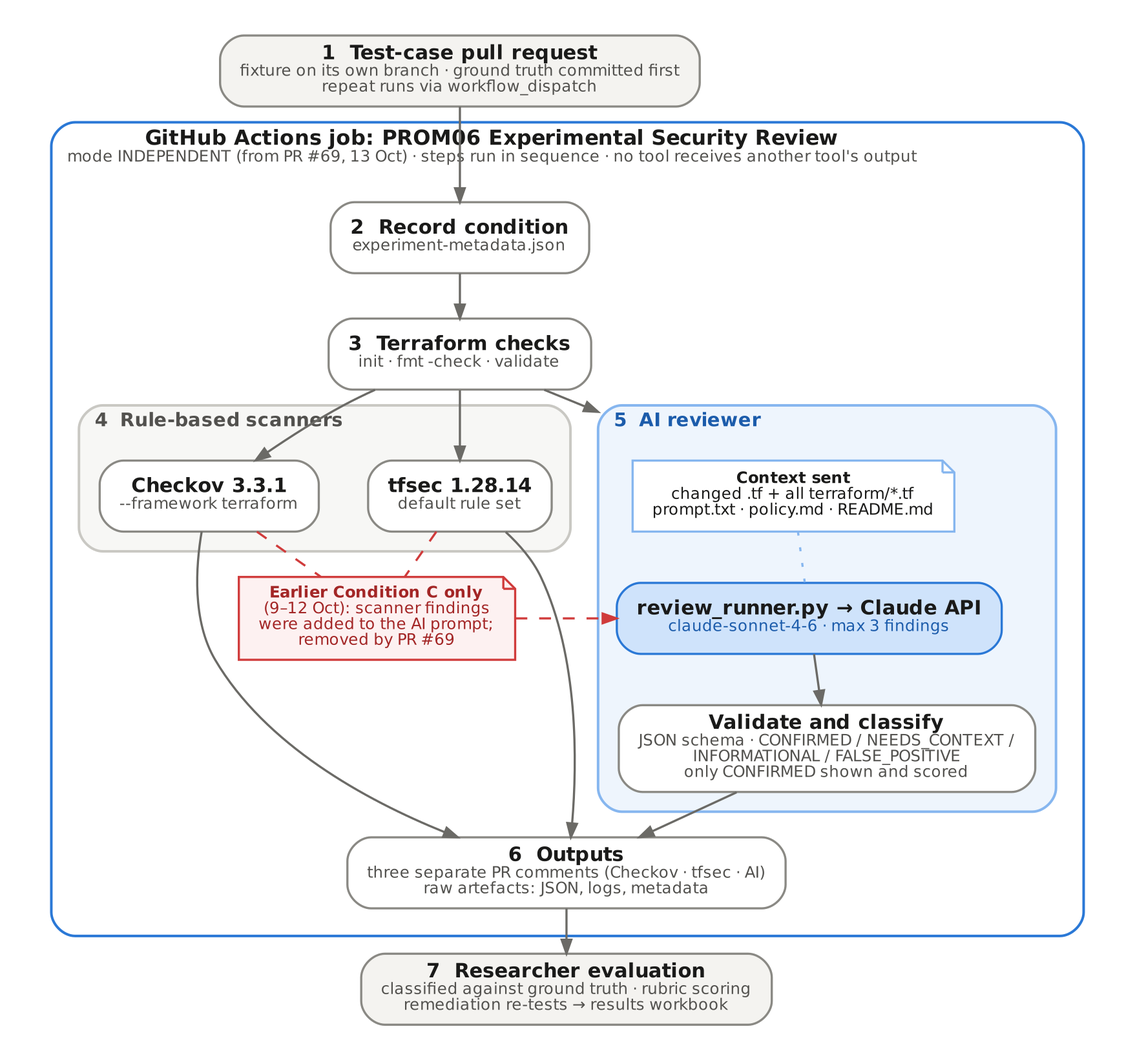
Earlier version of the Graphviz export evidence/prom06/figures/fig_architecture.png (abdulwaheed384/ai-pr-review). Its source is kept beside it as evidence/prom06/figures/fig_architecture.dot.
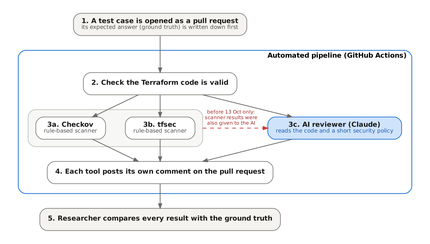
After the commit.

Commit message:
Simplify Figure 3.1 into plain-language five-step flow; rebuild

The edit, as a diff of the source:
```diff
@@ -1,53 +1,34 @@
 digraph G {
-  graph [rankdir=TB, fontname="DejaVu Sans", bgcolor="#ffffff", nodesep=0.35, ranksep=0.32, pad=0.25, compound=true, newrank=true, ordering=out, splines=spline];
-  node  [shape=box, style="rounded,filled", fillcolor="#ffffff", color="#8a8984", penwidth=1.1, fontname="DejaVu Sans", fontsize=10, fontcolor="#1a1a19", margin="0.14,0.07"];
-  edge  [color="#6b6a66", penwidth=1.1, arrowsize=0.7, fontname="DejaVu Sans", fontsize=8.5];
+  graph [rankdir=TB, fontname="DejaVu Sans", bgcolor="#ffffff", nodesep=0.45, ranksep=0.42, pad=0.3, compound=true, newrank=true];
+  node  [shape=box, style="rounded,filled", fillcolor="#ffffff", color="#8a8984", penwidth=1.2, fontname="DejaVu Sans", fontsize=11, fontcolor="#1a1a19", margin="0.18,0.09"];
+  edge  [color="#6b6a66", penwidth=1.2, arrowsize=0.75, fontname="DejaVu Sans", fontsize=9];
 
-  trig [label=<<b>1  Test-case pull request</b><br/><font point-size="8.5" color="#52514e">fixture on its own branch · ground truth committed first<br/>repeat runs via workflow_dispatch</font>>, fillcolor="#f4f3f0"];
+  pr [label=<<b>1. A test case is opened as a pull request</b><br/><font point-size="9" color="#52514e">its expected answer (ground truth) is written down first</font>>, fillcolor="#f4f3f0"];
 
   subgraph cluster_job {
-    label=<<b>GitHub Actions job: PROM06 Experimental Security Review</b><br/><font point-size="8.5" color="#52514e">mode INDEPENDENT (from PR #69, 13 Oct) · steps run in sequence · no tool receives another tool's output</font>>;
-    labeljust="l"; fontsize=10.5; fontcolor="#1a1a19"; color="#2a78d6"; penwidth=1.3; style="rounded"; margin=14;
+    label=<<b>Automated pipeline (GitHub Actions)</b>>; labeljust="r"; fontsize=11; color="#2a78d6"; penwidth=1.3; style="rounded"; margin=16;
 
-    cond [label=<<b>2  Record condition</b><br/><font point-size="8.5" color="#52514e">experiment-metadata.json</font>>];
-    tf   [label=<<b>3  Terraform checks</b><br/><font point-size="8.5" color="#52514e">init · fmt -check · validate</font>>];
+    tf [label=<<b>2. Check the Terraform code is valid</b>>];
 
     subgraph cluster_scan {
-      label=<<b>4  Rule-based scanners</b>>; labeljust="l"; fontsize=9.5; fontcolor="#52514e";
-      style="rounded,filled"; fillcolor="#f7f7f5"; color="#c9c8c3"; margin=10;
-      ck [label=<<b>tfsec 1.28.14</b><br/><font point-size="8.5" color="#52514e">default rule set</font>>];
-      ts [label=<<b>Checkov 3.3.1</b><br/><font point-size="8.5" color="#52514e">--framework terraform</font>>];
+      label="";
+      style="rounded,filled"; fillcolor="#f7f7f5"; color="#c9c8c3"; margin=12;
+      ck [label=<<b>3a. Checkov</b><br/><font point-size="9" color="#52514e">rule-based scanner</font>>];
+      ts [label=<<b>3b. tfsec</b><br/><font point-size="9" color="#52514e">rule-based scanner</font>>];
     }
 
-    subgraph cluster_ai {
-      label=<<b>5  AI reviewer</b>>; labeljust="l"; fontsize=9.5; fontcolor="#1c5cab";
-      style="rounded,filled"; fillcolor="#eef5fd"; color="#86b6ef"; margin=10;
-      ctx [shape=note, style="filled", fillcolor="#ffffff", color="#86b6ef", label=<<font point-size="8.5"><b>Context sent</b><br/>changed .tf + all terraform/*.tf<br/>prompt.txt · policy.md · README.md</font>>];
-      ai  [label=<<b>review_runner.py → Claude API</b><br/><font point-size="8.5" color="#1c5cab">claude-sonnet-4-6 · max 3 findings</font>>, fillcolor="#cfe3fb", color="#2a78d6"];
-      val [label=<<b>Validate and classify</b><br/><font point-size="8.5" color="#52514e">JSON schema · CONFIRMED / NEEDS_CONTEXT /<br/>INFORMATIONAL / FALSE_POSITIVE<br/>only CONFIRMED shown and scored</font>>];
-      ctx -> ai [style=dotted, arrowhead=none, color="#86b6ef"];
-      ai -> val;
-    }
+    ai [label=<<b>3c. AI reviewer (Claude)</b><br/><font point-size="9" color="#1c5cab">reads the code and a short security policy</font>>, fillcolor="#cfe3fb", color="#2a78d6"];
 
+    out [label=<<b>4. Each tool posts its own comment on the pull request</b>>];
 
-    cc [shape=note, style="filled", fillcolor="#fdf1f1", color="#d03b3b", fontcolor="#a32626",
-        label=<<font point-size="8.5"><b>Earlier Condition C only</b><br/>(9–12 Oct): scanner findings<br/>were added to the AI prompt;<br/>removed by PR #69</font>>];
-    ck -> cc [style=dashed, color="#d03b3b", arrowhead=none];
-    ts -> cc [style=dashed, color="#d03b3b", arrowhead=none];
-    cc -> ai [style=dashed, color="#d03b3b"];
-
-    out [label=<<b>6  Outputs</b><br/><font point-size="8.5" color="#52514e">three separate PR comments (Checkov · tfsec · AI)<br/>raw artefacts: JSON, logs, metadata</font>>];
-
-    cond -> tf;
-    tf -> ts; tf -> ck; tf -> ctx [lhead=cluster_ai];
-    ck -> ts [style=invis, constraint=false];
-    ck -> out; ts -> out; val -> out;
+    tf -> ck; tf -> ts; tf -> ai;
+    ck -> out; ts -> out; ai -> out;
+    ts -> ai [ltail=cluster_scan, style=dashed, color="#d03b3b", fontcolor="#a32626", constraint=false,
+              label=<<font point-size="8.5">before 13 Oct only:<br/>scanner results were<br/>also given to the AI</font>>];
   }
 
-  gt [label=<<b>7  Researcher evaluation</b><br/><font point-size="8.5" color="#52514e">classified against ground truth · rubric scoring<br/>remediation re-tests → results workbook</font>>, fillcolor="#f4f3f0"];
+  gt [label=<<b>5. Researcher compares every result with the ground truth</b>>, fillcolor="#f4f3f0"];
 
-  trig -> cond; out -> gt;
-  {rank=same; ck; ts; ctx;}
-  {rank=same; cc; ai;}
-
+  pr -> tf; out -> gt;
+  {rank=same; ck; ts; ai;}
 }
```
